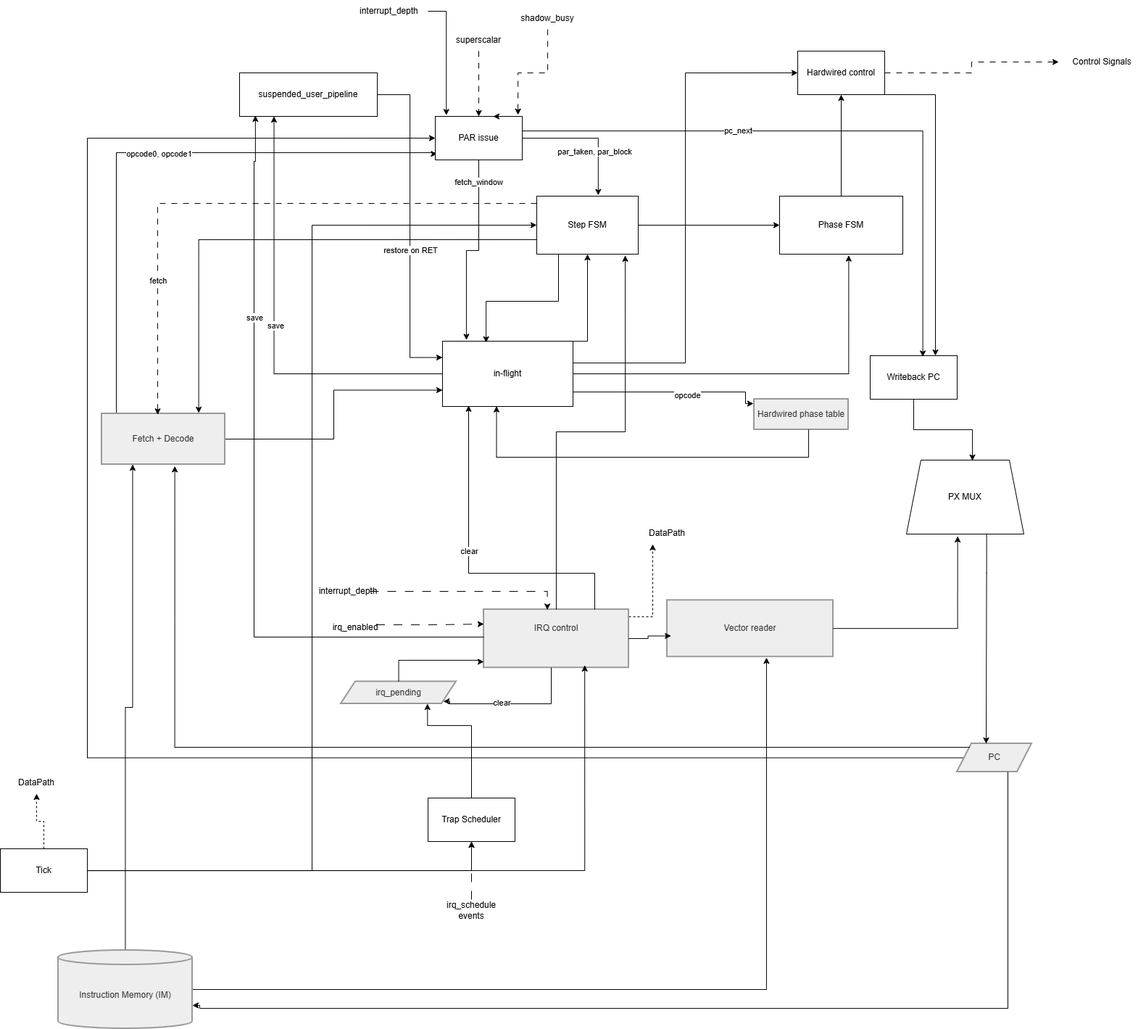
The draw.io diagram sceme/control unit.png in byTheTV/ak-lab4, before a commit. Source tidied: cells renumbered, new cells last; positions are measured from the earlier drawing's top-left corner, leaving out a move shared by most shapes.
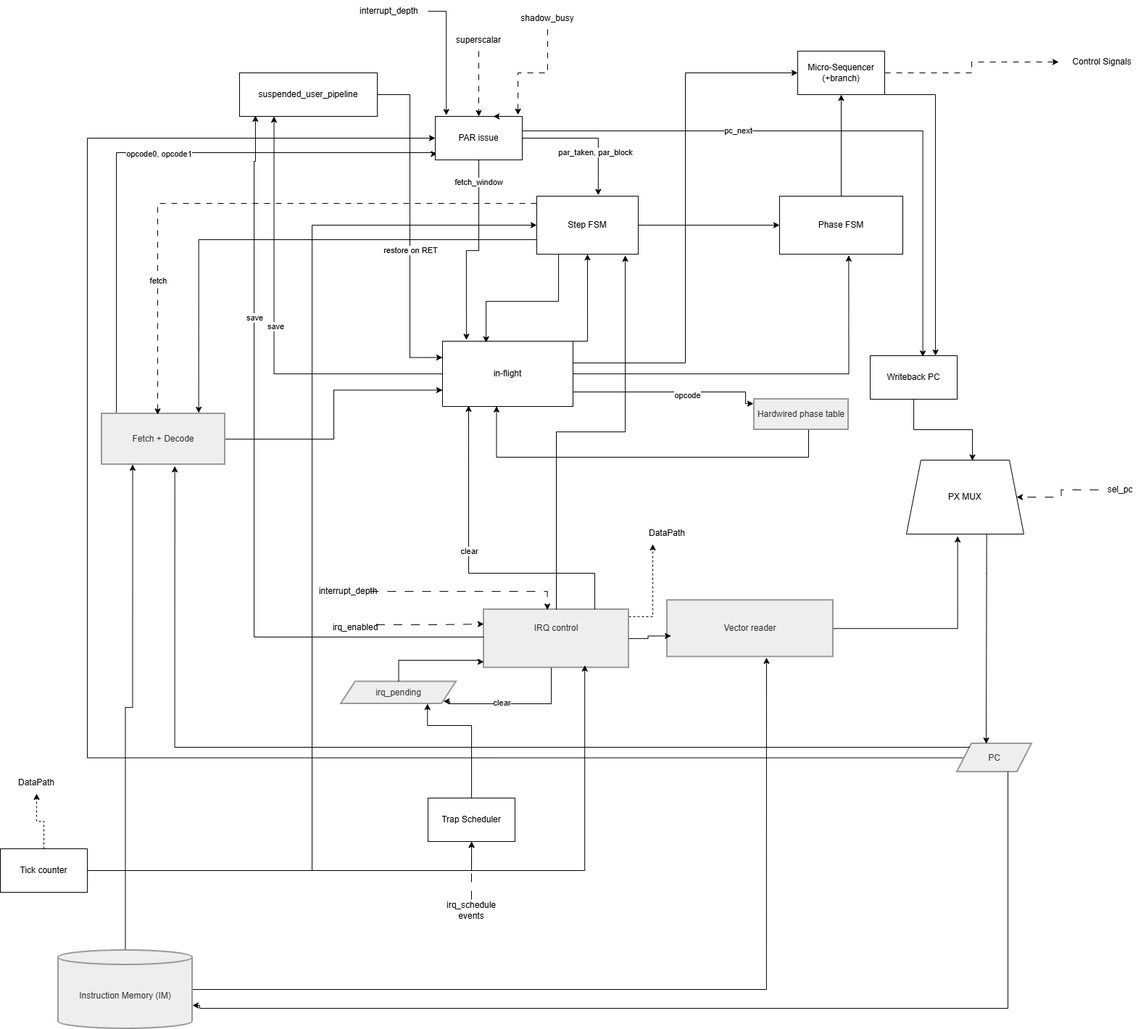
The same file after the commit.

Change to the diagram source:
```diff
@@ -188,7 +188,7 @@
         </Array>
       </mxGeometry>
     </mxCell>
-    <mxCell id="43" value="Tick" style="rounded=0;whiteSpace=wrap;html=1;" parent="1" vertex="1">
+    <mxCell id="43" value="Tick counter" style="rounded=0;whiteSpace=wrap;html=1;" parent="1" vertex="1">
       <mxGeometry y="1170" width="120" height="60" as="geometry" />
     </mxCell>
     <mxCell id="44" style="edgeStyle=orthogonalEdgeStyle;rounded=0;jettySize=auto;html=1;entryX=0.75;entryY=1;entryDx=0;entryDy=0;" parent="1" edge="1" source="45" target="13">
@@ -212,7 +212,7 @@
         </Array>
       </mxGeometry>
     </mxCell>
-    <mxCell id="48" value="Hardwired control" style="rounded=0;whiteSpace=wrap;html=1;" parent="1" vertex="1">
+    <mxCell id="48" value="Micro-Sequencer&lt;div&gt;(+branch)&lt;/div&gt;" style="rounded=0;whiteSpace=wrap;html=1;" parent="1" vertex="1">
       <mxGeometry x="1100" y="70" width="120" height="60" as="geometry" />
     </mxCell>
     <mxCell id="49" value="Writeback PC" style="rounded=0;whiteSpace=wrap;html=1;" parent="1" vertex="1">
@@ -359,5 +359,11 @@
     <mxCell id="84" value="fetch_window" style="edgeLabel;html=1;align=center;verticalAlign=middle;" parent="83" vertex="1">
       <mxGeometry x="-0.77" y="-1" relative="1" as="geometry" />
     </mxCell>
+    <mxCell id="85" style="edgeStyle=orthogonalEdgeStyle;rounded=0;jettySize=auto;html=1;entryX=1;entryY=0.5;entryDx=0;entryDy=0;dashed=1;dashPattern=12 12;" parent="1" edge="1" source="86" target="18">
+      <mxGeometry relative="1" as="geometry" />
+    </mxCell>
+    <mxCell id="86" value="sel_pc" style="text;html=1;whiteSpace=wrap;strokeColor=none;fillColor=none;align=center;verticalAlign=middle;rounded=0;" parent="1" vertex="1">
+      <mxGeometry x="1515" y="660" width="60" height="30" as="geometry" />
+    </mxCell>
   </root>
 </mxGraphModel>
```
